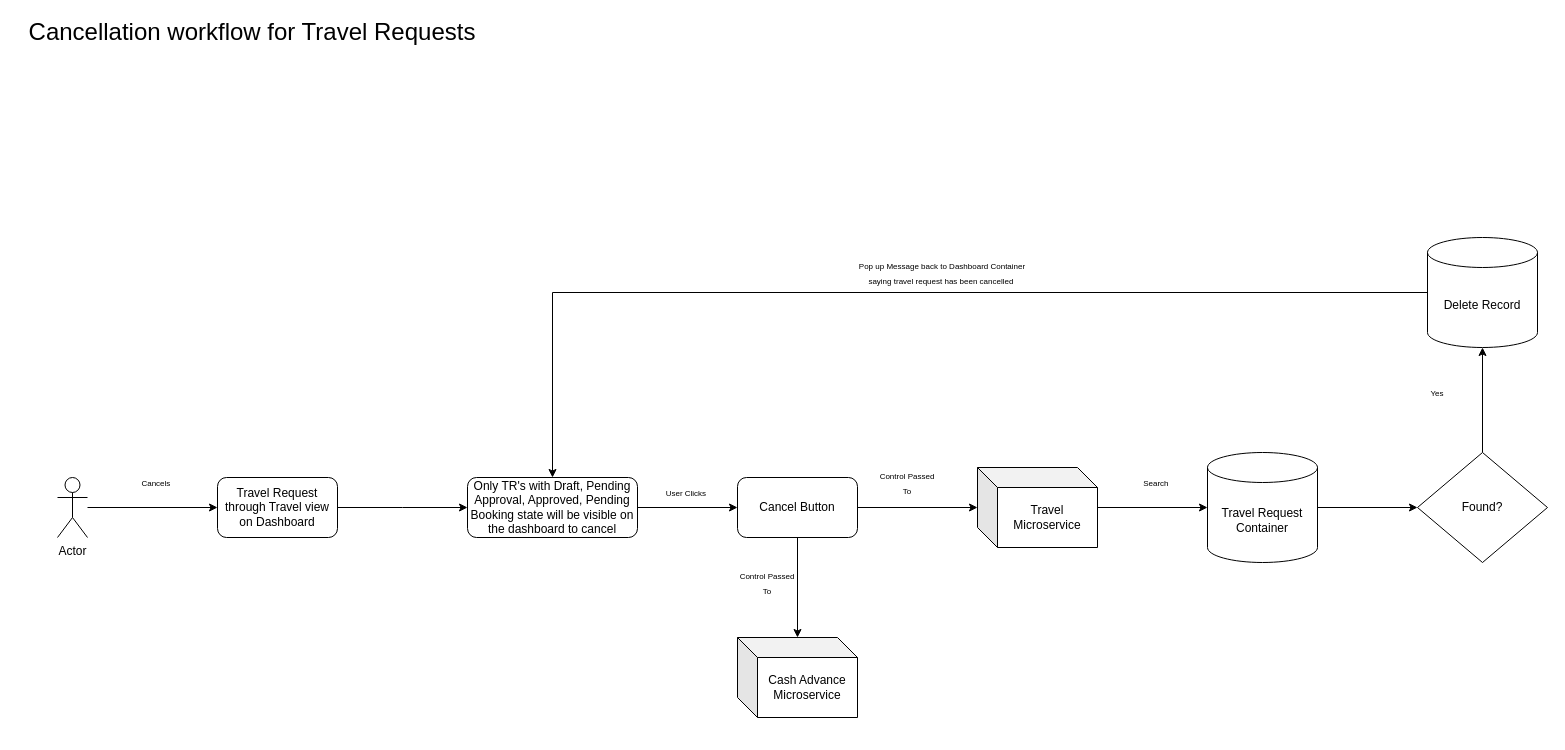
Earlier version of the draw.io diagram cancellationworkflow.drawio (snair0410/cv). Source tidied: cells renumbered, new cells numbered last; positions are measured from the earlier drawing's top-left corner, leaving out a move shared by most shapes. Both pictures are drawn from the tidied source at 100%, with x=0, y=0 at pixel (17, 17).
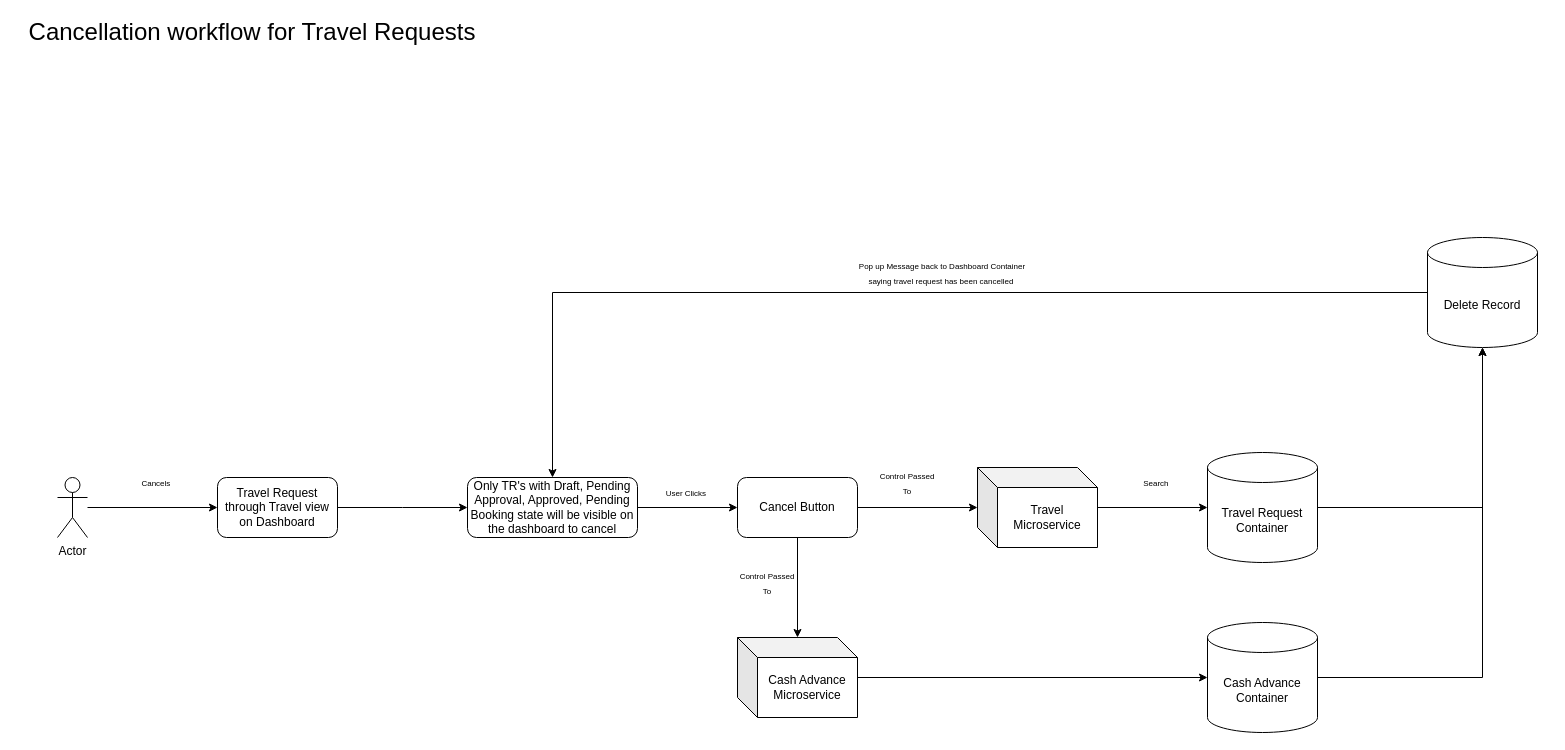
The same diagram, later.

The change refers to these unchanged cells:
```xml
<mxCell id="17" value="Cash Advance Microservice" style="shape=cube;whiteSpace=wrap;html=1;boundedLbl=1;backgroundOutline=1;darkOpacity=0.05;darkOpacity2=0.1;" parent="1" vertex="1">
  <mxGeometry x="720" y="620" width="120" height="80" as="geometry" />
</mxCell>
<mxCell id="20" value="Travel Request Container" style="shape=cylinder3;whiteSpace=wrap;html=1;boundedLbl=1;backgroundOutline=1;size=15;" parent="1" vertex="1">
  <mxGeometry x="1190" y="435" width="110" height="110" as="geometry" />
</mxCell>
<mxCell id="25" value="Delete Record" style="shape=cylinder3;whiteSpace=wrap;html=1;boundedLbl=1;backgroundOutline=1;size=15;" parent="1" vertex="1">
  <mxGeometry x="1410" y="220" width="110" height="110" as="geometry" />
</mxCell>
```

Change to the diagram source:
```diff
@@
-    <mxCell id="19" style="edgeStyle=orthogonalEdgeStyle;rounded=0;jettySize=auto;html=1;" parent="1" edge="1" source="20" target="23">
+    <mxCell id="19" style="edgeStyle=orthogonalEdgeStyle;rounded=0;jettySize=auto;html=1;entryX=0.5;entryY=1;entryDx=0;entryDy=0;entryPerimeter=0;" parent="1" edge="1" source="20" target="25">
       <mxGeometry relative="1" as="geometry" />
     </mxCell>
@@
-    <mxCell id="22" style="edgeStyle=orthogonalEdgeStyle;rounded=0;jettySize=auto;html=1;" parent="1" edge="1" source="23" target="25">
-      <mxGeometry relative="1" as="geometry" />
-    </mxCell>
-    <mxCell id="23" value="Found?" style="rhombus;whiteSpace=wrap;html=1;" parent="1" vertex="1">
-      <mxGeometry x="1400" y="435" width="130" height="110" as="geometry" />
-    </mxCell>
@@
-    <mxCell id="26" value="&lt;span style=&quot;font-size: 8px;&quot;&gt;Yes&lt;/span&gt;" style="text;html=1;strokeColor=none;fillColor=none;align=center;verticalAlign=middle;whiteSpace=wrap;rounded=0;" parent="1" vertex="1">
-      <mxGeometry x="1390" y="360" width="60" height="30" as="geometry" />
-    </mxCell>
@@
+    <mxCell id="28" value="Cash Advance Container" style="shape=cylinder3;whiteSpace=wrap;html=1;boundedLbl=1;backgroundOutline=1;size=15;" parent="1" vertex="1">
+      <mxGeometry x="1190" y="605" width="110" height="110" as="geometry" />
+    </mxCell>
+    <mxCell id="29" style="edgeStyle=orthogonalEdgeStyle;rounded=0;jettySize=auto;html=1;entryX=0;entryY=0.5;entryDx=0;entryDy=0;entryPerimeter=0;" parent="1" edge="1" source="17" target="28">
+      <mxGeometry relative="1" as="geometry" />
+    </mxCell>
+    <mxCell id="30" style="edgeStyle=orthogonalEdgeStyle;rounded=0;jettySize=auto;html=1;entryX=0.5;entryY=1;entryDx=0;entryDy=0;entryPerimeter=0;" parent="1" edge="1" source="28" target="25">
+      <mxGeometry relative="1" as="geometry" />
+    </mxCell>
```
